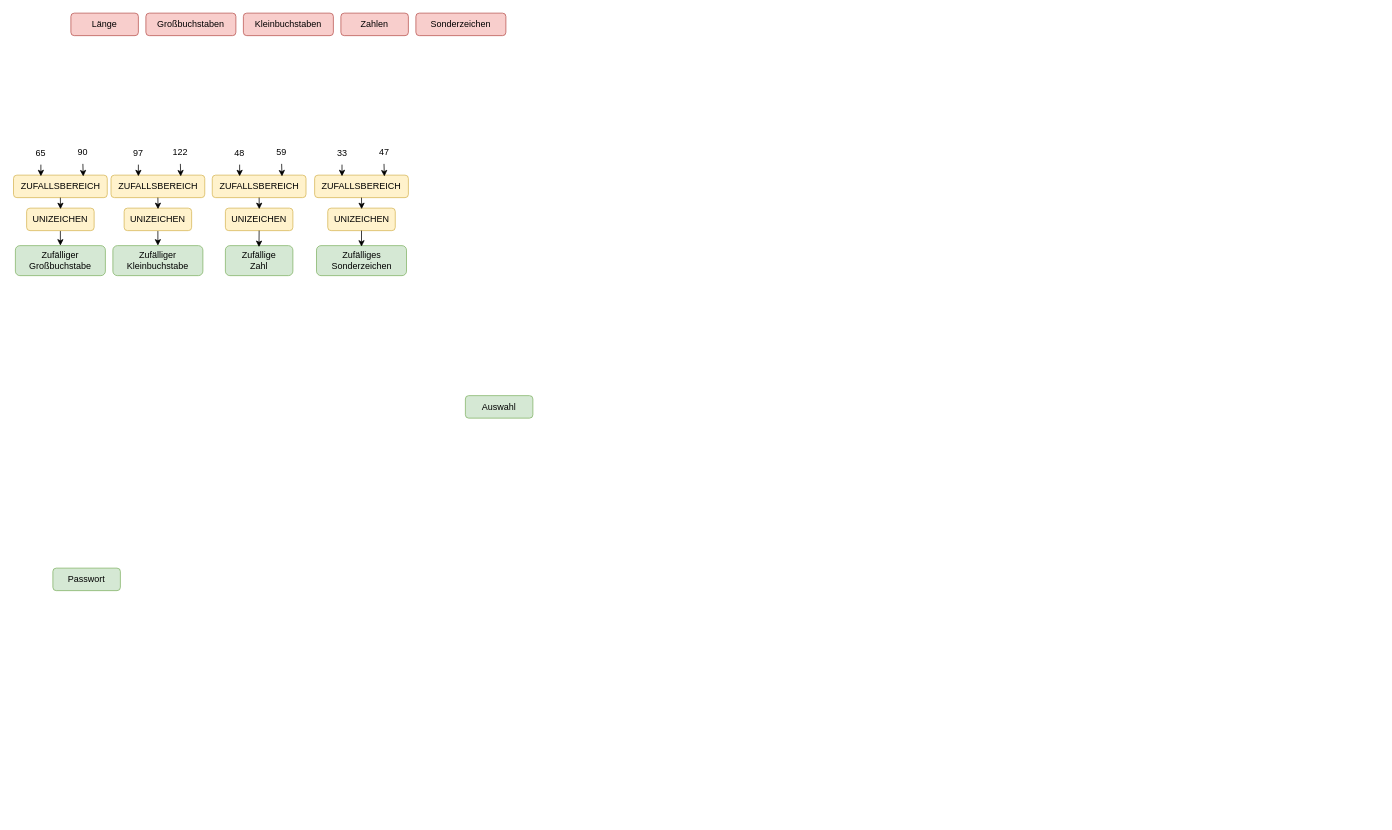
The draw.io diagram Passwort Generator.drawio in Nikogenia/Draw, before the edit. Source tidied: cells renumbered, new cells numbered last; positions are measured from the earlier drawing's top-left corner, leaving out a move shared by most shapes. Both pictures are drawn from the tidied source at 75%, with x=0, y=0 at pixel (14, 13).
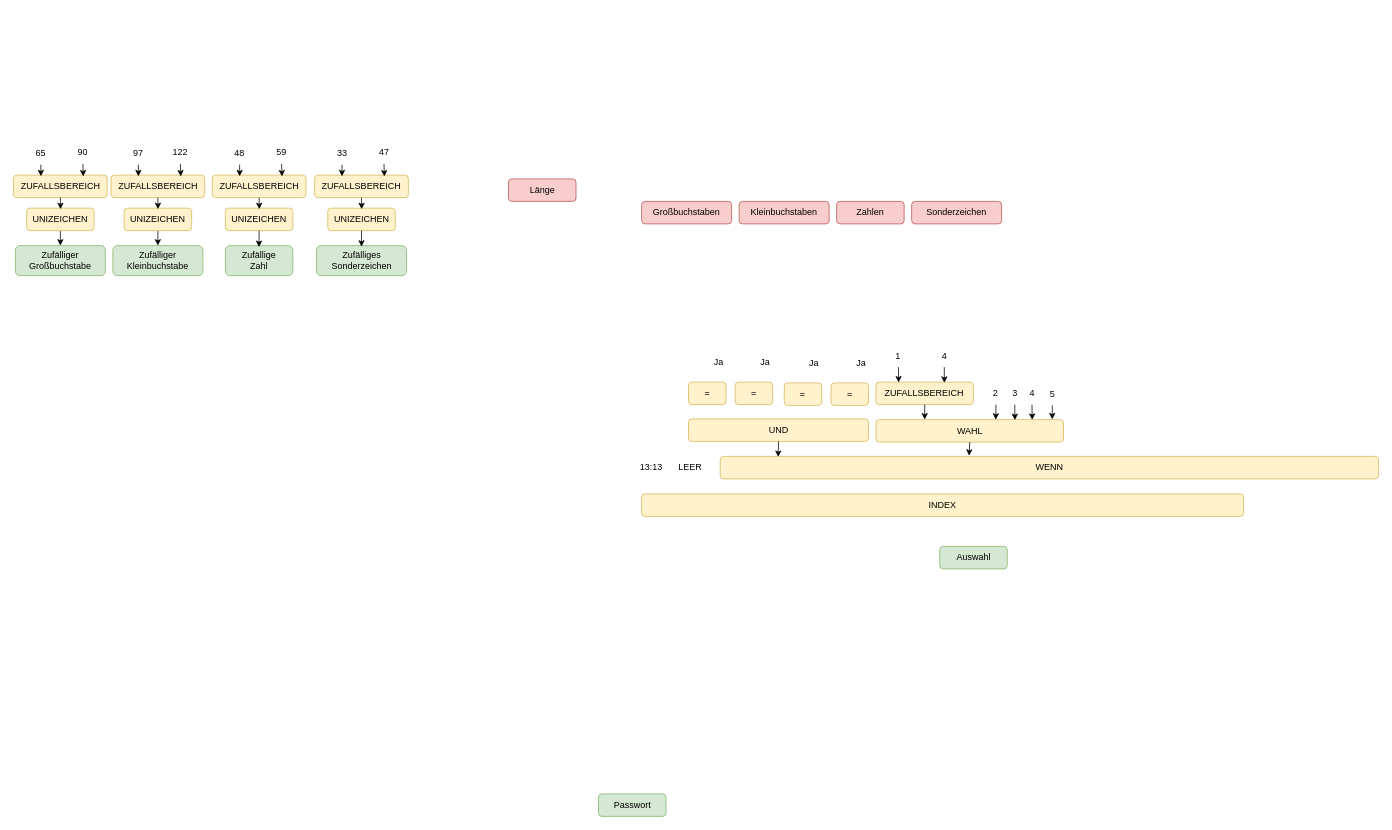
The same page after the edit.

What changed in the source:
```diff
@@
+    <mxCell id="45" value="3" style="text;html=1;strokeColor=none;fillColor=none;align=center;verticalAlign=middle;whiteSpace=wrap;rounded=0;" parent="1" vertex="1">
+      <mxGeometry x="1304.5" y="492" width="60" height="30" as="geometry" />
+    </mxCell>
+    <mxCell id="46" value="4" style="text;html=1;strokeColor=none;fillColor=none;align=center;verticalAlign=middle;whiteSpace=wrap;rounded=0;" parent="1" vertex="1">
+      <mxGeometry x="1327.5" y="492" width="60" height="30" as="geometry" />
+    </mxCell>
+    <mxCell id="47" style="edgeStyle=orthogonalEdgeStyle;rounded=0;jettySize=auto;html=1;exitX=0.5;exitY=1;exitDx=0;exitDy=0;entryX=0.833;entryY=0.011;entryDx=0;entryDy=0;entryPerimeter=0;" parent="1" edge="1" source="46" target="54">
+      <mxGeometry relative="1" as="geometry" />
+    </mxCell>
+    <mxCell id="48" value="5" style="text;html=1;strokeColor=none;fillColor=none;align=center;verticalAlign=middle;whiteSpace=wrap;rounded=0;" parent="1" vertex="1">
+      <mxGeometry x="1354.5" y="493" width="60" height="30" as="geometry" />
+    </mxCell>
     <mxCell id="2" value="Länge" style="rounded=1;whiteSpace=wrap;html=1;fillColor=#f8cecc;strokeColor=#b85450;" parent="1" vertex="1">
-      <mxGeometry x="76" width="90" height="30" as="geometry" />
+      <mxGeometry x="659.5" y="221" width="90" height="30" as="geometry" />
     </mxCell>
     <mxCell id="3" value="Großbuchstaben" style="rounded=1;whiteSpace=wrap;html=1;fillColor=#f8cecc;strokeColor=#b85450;" parent="1" vertex="1">
-      <mxGeometry x="176" width="120" height="30" as="geometry" />
+      <mxGeometry x="837" y="251" width="120" height="30" as="geometry" />
     </mxCell>
     <mxCell id="4" value="Kleinbuchstaben" style="rounded=1;whiteSpace=wrap;html=1;fillColor=#f8cecc;strokeColor=#b85450;" parent="1" vertex="1">
-      <mxGeometry x="306" width="120" height="30" as="geometry" />
+      <mxGeometry x="967" y="251" width="120" height="30" as="geometry" />
     </mxCell>
     <mxCell id="5" value="Zahlen" style="rounded=1;whiteSpace=wrap;html=1;fillColor=#f8cecc;strokeColor=#b85450;" parent="1" vertex="1">
-      <mxGeometry x="436" width="90" height="30" as="geometry" />
+      <mxGeometry x="1097" y="251" width="90" height="30" as="geometry" />
     </mxCell>
     <mxCell id="6" value="Sonderzeichen" style="rounded=1;whiteSpace=wrap;html=1;fillColor=#f8cecc;strokeColor=#b85450;" parent="1" vertex="1">
-      <mxGeometry x="536" width="120" height="30" as="geometry" />
+      <mxGeometry x="1197" y="251" width="120" height="30" as="geometry" />
     </mxCell>
     <mxCell id="7" value="Passwort" style="rounded=1;whiteSpace=wrap;html=1;fillColor=#d5e8d4;strokeColor=#82b366;" parent="1" vertex="1">
-      <mxGeometry x="52" y="740" width="90" height="30" as="geometry" />
+      <mxGeometry x="779.5" y="1041" width="90" height="30" as="geometry" />
     </mxCell>
     <mxCell id="8" value="Auswahl" style="rounded=1;whiteSpace=wrap;html=1;fillColor=#d5e8d4;strokeColor=#82b366;" parent="1" vertex="1">
-      <mxGeometry x="602" y="510" width="90" height="30" as="geometry" />
+      <mxGeometry x="1234.5" y="711" width="90" height="30" as="geometry" />
     </mxCell>
@@
+    <mxCell id="49" value="INDEX" style="rounded=1;whiteSpace=wrap;html=1;fillColor=#fff2cc;strokeColor=#d6b656;" parent="1" vertex="1">
+      <mxGeometry x="837" y="641" width="802.5" height="30" as="geometry" />
+    </mxCell>
+    <mxCell id="50" value="13:13" style="text;html=1;strokeColor=none;fillColor=none;align=center;verticalAlign=middle;whiteSpace=wrap;rounded=0;" parent="1" vertex="1">
+      <mxGeometry x="819.5" y="591" width="60" height="30" as="geometry" />
+    </mxCell>
+    <mxCell id="51" value="LEER" style="text;html=1;strokeColor=none;fillColor=none;align=center;verticalAlign=middle;whiteSpace=wrap;rounded=0;" parent="1" vertex="1">
+      <mxGeometry x="871.8" y="591" width="60" height="30" as="geometry" />
+    </mxCell>
+    <mxCell id="52" value="WENN" style="rounded=1;whiteSpace=wrap;html=1;fillColor=#fff2cc;strokeColor=#d6b656;" parent="1" vertex="1">
+      <mxGeometry x="941.8" y="591" width="877.8" height="30" as="geometry" />
+    </mxCell>
+    <mxCell id="53" value="UND" style="rounded=1;whiteSpace=wrap;html=1;fillColor=#fff2cc;strokeColor=#d6b656;" parent="1" vertex="1">
+      <mxGeometry x="899.5" y="541" width="240" height="30" as="geometry" />
+    </mxCell>
+    <mxCell id="54" value="WAHL" style="rounded=1;whiteSpace=wrap;html=1;fillColor=#fff2cc;strokeColor=#d6b656;" parent="1" vertex="1">
+      <mxGeometry x="1149.5" y="542" width="250" height="30" as="geometry" />
+    </mxCell>
+    <mxCell id="55" value="ZUFALLSBEREICH" style="rounded=1;whiteSpace=wrap;html=1;fillColor=#fff2cc;strokeColor=#d6b656;" parent="1" vertex="1">
+      <mxGeometry x="1149.4" y="492" width="130" height="30" as="geometry" />
+    </mxCell>
+    <mxCell id="56" value="1" style="text;html=1;strokeColor=none;fillColor=none;align=center;verticalAlign=middle;whiteSpace=wrap;rounded=0;" parent="1" vertex="1">
+      <mxGeometry x="1149.4" y="442" width="60" height="30" as="geometry" />
+    </mxCell>
+    <mxCell id="57" value="4" style="text;html=1;strokeColor=none;fillColor=none;align=center;verticalAlign=middle;whiteSpace=wrap;rounded=0;" parent="1" vertex="1">
+      <mxGeometry x="1210.5" y="442" width="60" height="30" as="geometry" />
+    </mxCell>
+    <mxCell id="58" value="2" style="text;html=1;strokeColor=none;fillColor=none;align=center;verticalAlign=middle;whiteSpace=wrap;rounded=0;" parent="1" vertex="1">
+      <mxGeometry x="1279.4" y="492" width="60" height="30" as="geometry" />
+    </mxCell>
+    <mxCell id="59" value="=" style="rounded=1;whiteSpace=wrap;html=1;fillColor=#fff2cc;strokeColor=#d6b656;" parent="1" vertex="1">
+      <mxGeometry x="899.5" y="492" width="50" height="30" as="geometry" />
+    </mxCell>
+    <mxCell id="60" value="Ja" style="text;html=1;strokeColor=none;fillColor=none;align=center;verticalAlign=middle;whiteSpace=wrap;rounded=0;" parent="1" vertex="1">
+      <mxGeometry x="909.5" y="451" width="60" height="30" as="geometry" />
+    </mxCell>
+    <mxCell id="61" value="=" style="rounded=1;whiteSpace=wrap;html=1;fillColor=#fff2cc;strokeColor=#d6b656;" parent="1" vertex="1">
+      <mxGeometry x="961.8" y="492" width="50" height="30" as="geometry" />
+    </mxCell>
+    <mxCell id="62" value="Ja" style="text;html=1;strokeColor=none;fillColor=none;align=center;verticalAlign=middle;whiteSpace=wrap;rounded=0;" parent="1" vertex="1">
+      <mxGeometry x="971.8" y="451" width="60" height="30" as="geometry" />
+    </mxCell>
+    <mxCell id="63" value="=" style="rounded=1;whiteSpace=wrap;html=1;fillColor=#fff2cc;strokeColor=#d6b656;" parent="1" vertex="1">
+      <mxGeometry x="1027.2" y="493" width="50" height="30" as="geometry" />
+    </mxCell>
+    <mxCell id="64" value="Ja" style="text;html=1;strokeColor=none;fillColor=none;align=center;verticalAlign=middle;whiteSpace=wrap;rounded=0;" parent="1" vertex="1">
+      <mxGeometry x="1037.2" y="452" width="60" height="30" as="geometry" />
+    </mxCell>
+    <mxCell id="65" value="=" style="rounded=1;whiteSpace=wrap;html=1;fillColor=#fff2cc;strokeColor=#d6b656;" parent="1" vertex="1">
+      <mxGeometry x="1089.5" y="493" width="50" height="30" as="geometry" />
+    </mxCell>
+    <mxCell id="66" value="Ja" style="text;html=1;strokeColor=none;fillColor=none;align=center;verticalAlign=middle;whiteSpace=wrap;rounded=0;" parent="1" vertex="1">
+      <mxGeometry x="1099.5" y="452" width="60" height="30" as="geometry" />
+    </mxCell>
+    <mxCell id="67" style="edgeStyle=orthogonalEdgeStyle;rounded=0;jettySize=auto;html=1;exitX=0.5;exitY=1;exitDx=0;exitDy=0;entryX=0.088;entryY=0.026;entryDx=0;entryDy=0;entryPerimeter=0;" parent="1" edge="1" source="53" target="52">
+      <mxGeometry relative="1" as="geometry" />
+    </mxCell>
+    <mxCell id="68" style="edgeStyle=orthogonalEdgeStyle;rounded=0;jettySize=auto;html=1;exitX=0.5;exitY=1;exitDx=0;exitDy=0;entryX=0.378;entryY=-0.03;entryDx=0;entryDy=0;entryPerimeter=0;" parent="1" edge="1" source="54" target="52">
+      <mxGeometry relative="1" as="geometry" />
+    </mxCell>
+    <mxCell id="69" style="edgeStyle=orthogonalEdgeStyle;rounded=0;jettySize=auto;html=1;exitX=0.5;exitY=1;exitDx=0;exitDy=0;entryX=0.26;entryY=-0.006;entryDx=0;entryDy=0;entryPerimeter=0;" parent="1" edge="1" source="55" target="54">
+      <mxGeometry relative="1" as="geometry" />
+    </mxCell>
+    <mxCell id="70" style="edgeStyle=orthogonalEdgeStyle;rounded=0;jettySize=auto;html=1;exitX=0.5;exitY=1;exitDx=0;exitDy=0;entryX=0.94;entryY=-0.011;entryDx=0;entryDy=0;entryPerimeter=0;" parent="1" edge="1" source="48" target="54">
+      <mxGeometry relative="1" as="geometry" />
+    </mxCell>
+    <mxCell id="71" style="edgeStyle=orthogonalEdgeStyle;rounded=0;jettySize=auto;html=1;exitX=0.5;exitY=1;exitDx=0;exitDy=0;entryX=0.741;entryY=0.019;entryDx=0;entryDy=0;entryPerimeter=0;" parent="1" edge="1" source="45" target="54">
+      <mxGeometry relative="1" as="geometry" />
+    </mxCell>
+    <mxCell id="72" style="edgeStyle=orthogonalEdgeStyle;rounded=0;jettySize=auto;html=1;exitX=0.5;exitY=1;exitDx=0;exitDy=0;entryX=0.639;entryY=0.002;entryDx=0;entryDy=0;entryPerimeter=0;" parent="1" edge="1" source="58" target="54">
+      <mxGeometry relative="1" as="geometry" />
+    </mxCell>
+    <mxCell id="73" style="edgeStyle=orthogonalEdgeStyle;rounded=0;jettySize=auto;html=1;exitX=0.5;exitY=1;exitDx=0;exitDy=0;entryX=0.233;entryY=0.015;entryDx=0;entryDy=0;entryPerimeter=0;" parent="1" edge="1" source="56" target="55">
+      <mxGeometry relative="1" as="geometry" />
+    </mxCell>
+    <mxCell id="74" style="edgeStyle=orthogonalEdgeStyle;rounded=0;jettySize=auto;html=1;exitX=0.5;exitY=1;exitDx=0;exitDy=0;entryX=0.702;entryY=0.03;entryDx=0;entryDy=0;entryPerimeter=0;" parent="1" edge="1" source="57" target="55">
+      <mxGeometry relative="1" as="geometry" />
+    </mxCell>
```
